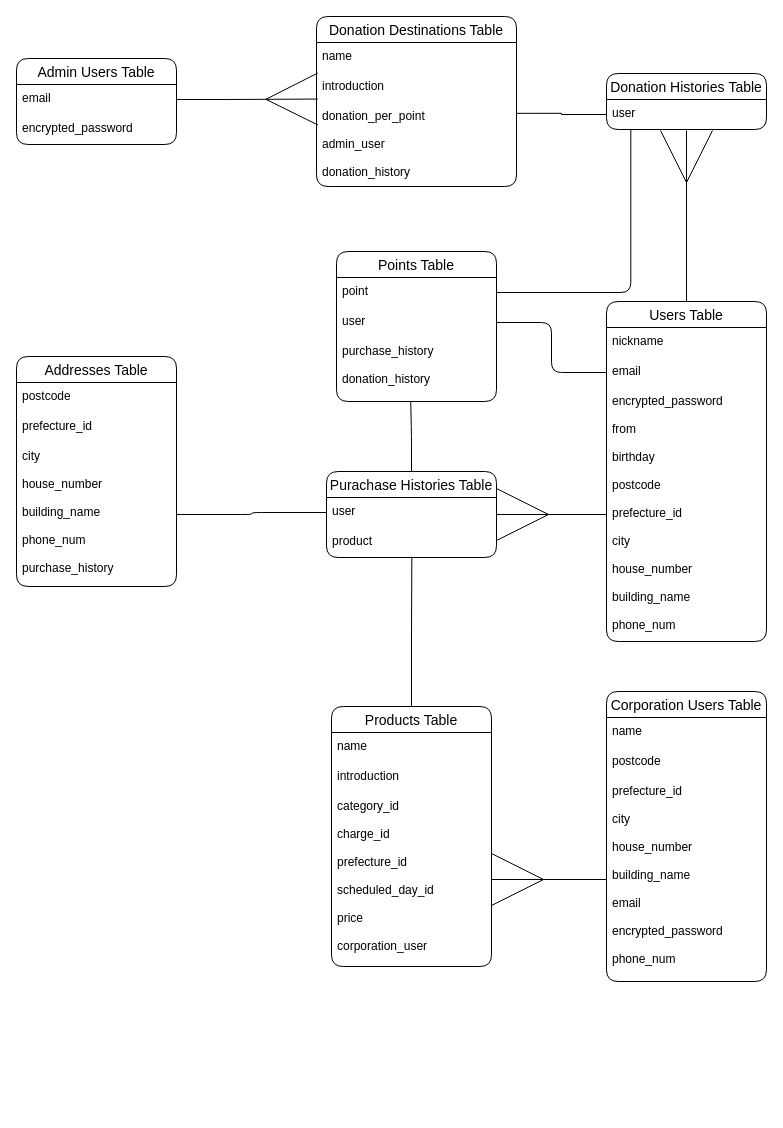
nishipee/sc_app keeps this draw.io diagram as sc.dio. Above is the earlier version. Source tidied: cells renumbered, new cells numbered last; positions are measured from the earlier drawing's top-left corner, leaving out a move shared by most shapes. Both pictures are drawn from the tidied source at 100%, with x=0, y=0 at pixel (16, 16).
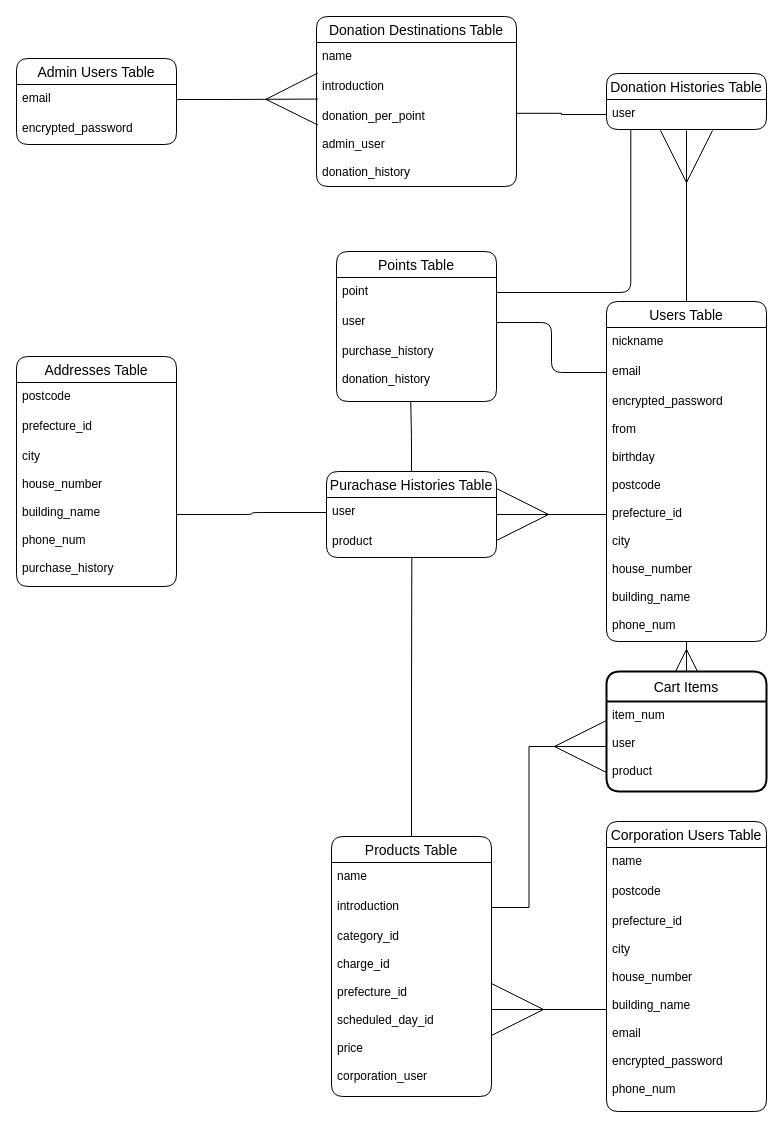
The same page after the edit.

Commit message (it also covers changes not shown here):
テーブル設計-修正

Unchanged cells that the change refers to:
```xml
<mxCell id="6" value="encrypted_password&#10;&#10;from&#10;&#10;birthday&#10;&#10;postcode&#10;&#10;prefecture_id&#10;&#10;city&#10;&#10;house_number&#10;&#10;building_name&#10;&#10;phone_num" style="text;strokeColor=none;fillColor=none;spacingLeft=4;spacingRight=4;overflow=hidden;points=[[0,0.5],[1,0.5]];portConstraint=eastwest;fontSize=12;" parent="3" vertex="1">
  <mxGeometry y="86" width="160" height="254" as="geometry" />
</mxCell>
<mxCell id="14" value="introduction" style="text;strokeColor=none;fillColor=none;spacingLeft=4;spacingRight=4;overflow=hidden;points=[[0,0.5],[1,0.5]];portConstraint=eastwest;fontSize=12;" parent="12" vertex="1">
  <mxGeometry y="56" width="160" height="30" as="geometry" />
</mxCell>
```

Change to the diagram source:
```diff
@@
     <mxCell id="7" value="Corporation Users Table" style="swimlane;fontStyle=0;horizontal=1;startSize=26;align=center;fontSize=14;rounded=1;" parent="1" vertex="1">
-      <mxGeometry x="590" y="675" width="160" height="290" as="geometry" />
+      <mxGeometry x="590" y="805" width="160" height="290" as="geometry" />
     </mxCell>
@@
     <mxCell id="12" value="Products Table" style="swimlane;fontStyle=0;horizontal=1;startSize=26;align=center;fontSize=14;rounded=1;" parent="1" vertex="1">
-      <mxGeometry x="315" y="690" width="160" height="260" as="geometry" />
+      <mxGeometry x="315" y="820" width="160" height="260" as="geometry" />
     </mxCell>
@@
+    <mxCell id="44" style="edgeStyle=orthogonalEdgeStyle;rounded=0;jettySize=auto;html=1;exitX=0.5;exitY=0;exitDx=0;exitDy=0;entryX=0.5;entryY=1;entryDx=0;entryDy=0;entryPerimeter=0;endArrow=none;endFill=0;endSize=6;strokeWidth=1;startSize=20;startArrow=ERmany;startFill=0;" parent="1" edge="1" source="45" target="6">
+      <mxGeometry relative="1" as="geometry" />
+    </mxCell>
+    <mxCell id="45" value="Cart Items" style="swimlane;horizontal=1;startSize=30;rounded=1;fontSize=14;fontStyle=0;strokeWidth=2;shadow=0;dashed=0;align=center;" parent="1" vertex="1">
+      <mxGeometry x="590" y="655" width="160" height="120" as="geometry" />
+    </mxCell>
+    <mxCell id="46" value="item_num&#10;&#10;user&#10;&#10;product" style="align=left;strokeColor=none;fillColor=none;spacingLeft=4;fontSize=12;verticalAlign=top;" parent="45" vertex="1">
+      <mxGeometry y="30" width="160" height="90" as="geometry" />
+    </mxCell>
+    <mxCell id="47" style="edgeStyle=orthogonalEdgeStyle;rounded=0;jettySize=auto;html=1;exitX=1;exitY=0.5;exitDx=0;exitDy=0;entryX=0;entryY=0.5;entryDx=0;entryDy=0;endArrow=ERmany;endFill=0;strokeWidth=1;endSize=50;" parent="1" edge="1" source="14" target="46">
+      <mxGeometry relative="1" as="geometry" />
+    </mxCell>
```
